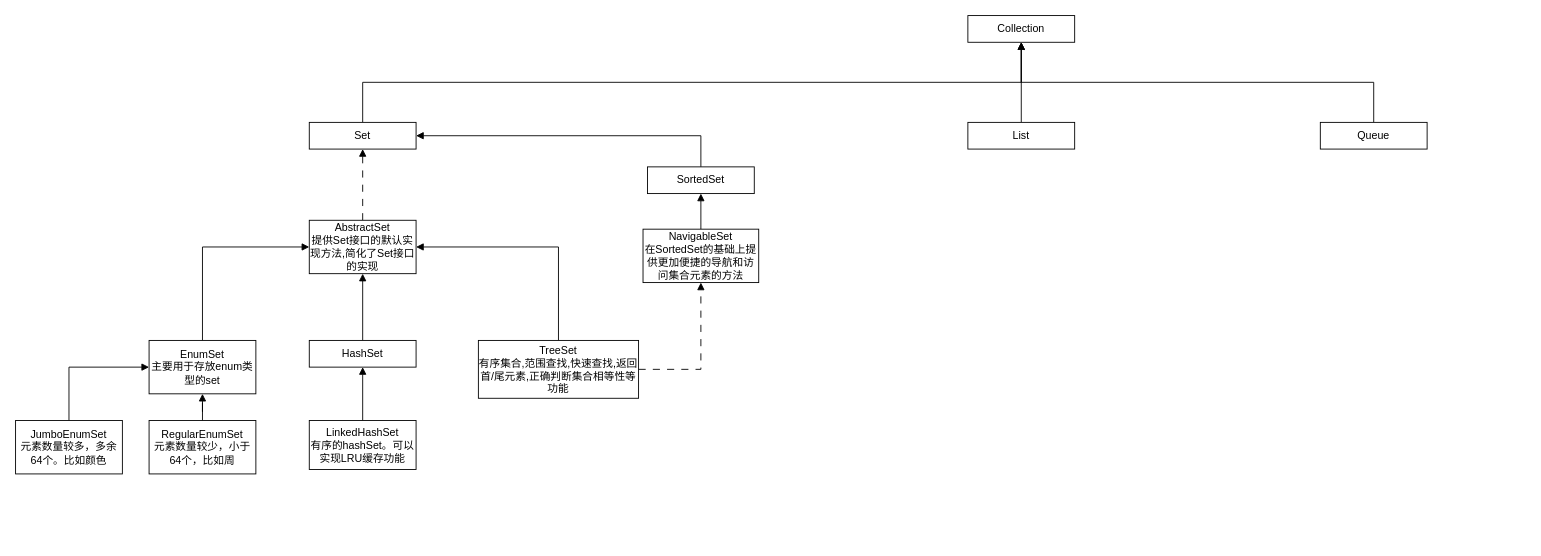
Earlier version of the draw.io diagram java-collection.drawio (Forri1996/draw.io). Source tidied: cells renumbered, new cells numbered last; positions are measured from the earlier drawing's top-left corner, leaving out a move shared by most shapes. Both pictures are drawn from the tidied source at 89%, with x=0, y=0 at pixel (15, 15).
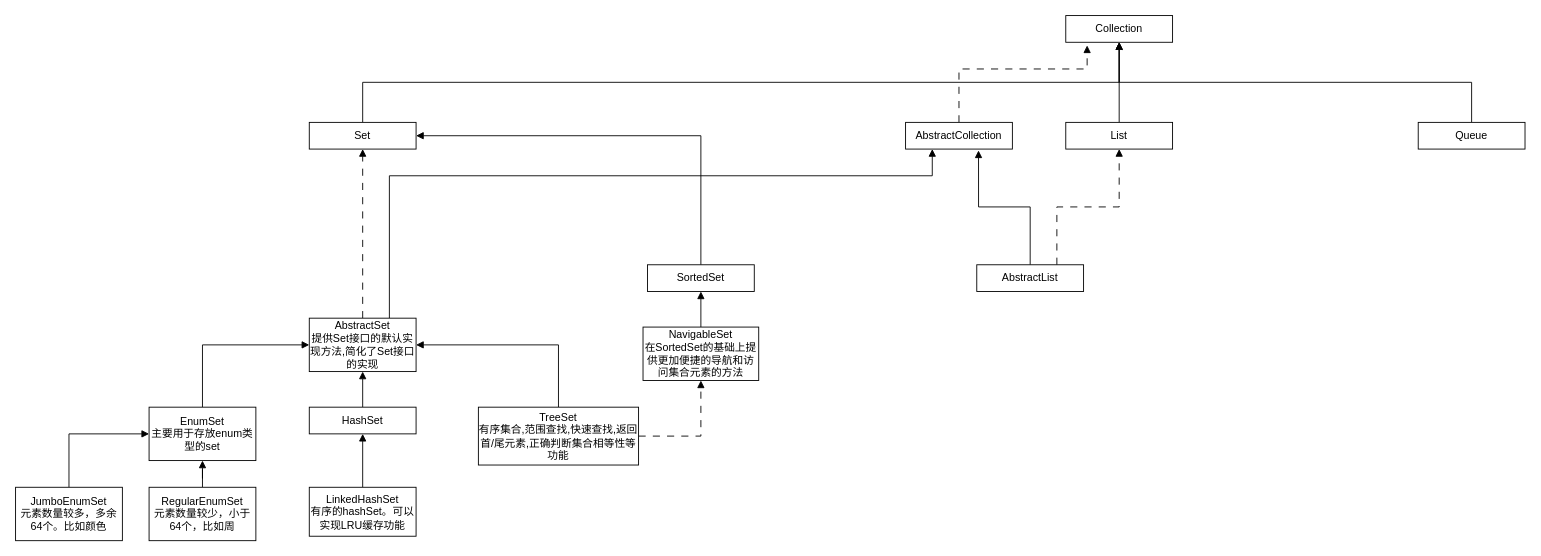
The same diagram, later.

Unchanged cells that the change refers to:
```xml
<mxCell id="4" value="Set" style="rounded=0;whiteSpace=wrap;html=1;" parent="1" vertex="1">
  <mxGeometry x="330" y="120" width="120" height="30" as="geometry" />
</mxCell>
```

Diff of the diagram source:
```diff
@@
     <mxCell id="2" value="Collection" style="rounded=0;whiteSpace=wrap;html=1;" parent="1" vertex="1">
-      <mxGeometry x="1070" width="120" height="30" as="geometry" />
+      <mxGeometry x="1180" width="120" height="30" as="geometry" />
     </mxCell>
@@
     <mxCell id="6" value="List" style="rounded=0;whiteSpace=wrap;html=1;" parent="1" vertex="1">
-      <mxGeometry x="1070" y="120" width="120" height="30" as="geometry" />
+      <mxGeometry x="1180" y="120" width="120" height="30" as="geometry" />
     </mxCell>
@@
     <mxCell id="8" value="Queue" style="rounded=0;whiteSpace=wrap;html=1;" parent="1" vertex="1">
-      <mxGeometry x="1466" y="120" width="120" height="30" as="geometry" />
+      <mxGeometry x="1576" y="120" width="120" height="30" as="geometry" />
     </mxCell>
-    <mxCell id="9" style="edgeStyle=orthogonalEdgeStyle;rounded=0;jettySize=auto;html=1;exitX=0.5;exitY=0;exitDx=0;exitDy=0;entryX=0.5;entryY=1;entryDx=0;entryDy=0;endArrow=block;endFill=1;dashed=1;dashPattern=8 8;" parent="1" edge="1" source="10" target="4">
+    <mxCell id="9" style="edgeStyle=orthogonalEdgeStyle;rounded=0;jettySize=auto;html=1;entryX=0.5;entryY=1;entryDx=0;entryDy=0;endArrow=block;endFill=1;dashed=1;dashPattern=8 8;" parent="1" edge="1" source="10" target="4">
       <mxGeometry relative="1" as="geometry" />
     </mxCell>
+    <mxCell id="28" style="edgeStyle=orthogonalEdgeStyle;rounded=0;jettySize=auto;html=1;exitX=0.75;exitY=0;exitDx=0;exitDy=0;entryX=0.25;entryY=1;entryDx=0;entryDy=0;endArrow=block;endFill=1;" parent="1" edge="1" source="10" target="30">
+      <mxGeometry relative="1" as="geometry">
+        <Array as="points">
+          <mxPoint x="420" y="180" />
+          <mxPoint x="1030" y="180" />
+        </Array>
+      </mxGeometry>
+    </mxCell>
     <mxCell id="10" value="AbstractSet&lt;br&gt;提供Set接口的默认实现方法,简化了Set接口的实现" style="rounded=0;whiteSpace=wrap;html=1;" parent="1" vertex="1">
-      <mxGeometry x="330" y="230" width="120" height="60" as="geometry" />
+      <mxGeometry x="330" y="340" width="120" height="60" as="geometry" />
     </mxCell>
@@
     <mxCell id="12" value="HashSet" style="rounded=0;whiteSpace=wrap;html=1;" parent="1" vertex="1">
-      <mxGeometry x="330" y="365" width="120" height="30" as="geometry" />
+      <mxGeometry x="330" y="440" width="120" height="30" as="geometry" />
     </mxCell>
@@
     <mxCell id="14" value="EnumSet&lt;br&gt;主要用于存放enum类型的set" style="rounded=0;whiteSpace=wrap;html=1;" parent="1" vertex="1">
-      <mxGeometry x="150" y="365" width="120" height="60" as="geometry" />
+      <mxGeometry x="150" y="440" width="120" height="60" as="geometry" />
     </mxCell>
@@
     <mxCell id="17" value="TreeSet&lt;br&gt;有序集合,范围查找,快速查找,返回首/尾元素,正确判断集合相等性等功能" style="rounded=0;whiteSpace=wrap;html=1;" parent="1" vertex="1">
-      <mxGeometry x="520" y="365" width="180" height="65" as="geometry" />
+      <mxGeometry x="520" y="440" width="180" height="65" as="geometry" />
     </mxCell>
@@
     <mxCell id="19" value="LinkedHashSet&lt;br&gt;有序的hashSet。可以实现LRU缓存功能" style="rounded=0;whiteSpace=wrap;html=1;" parent="1" vertex="1">
-      <mxGeometry x="330" y="455" width="120" height="55" as="geometry" />
+      <mxGeometry x="330" y="530" width="120" height="55" as="geometry" />
     </mxCell>
@@
     <mxCell id="21" value="SortedSet" style="rounded=0;whiteSpace=wrap;html=1;" parent="1" vertex="1">
-      <mxGeometry x="710" y="170" width="120" height="30" as="geometry" />
+      <mxGeometry x="710" y="280" width="120" height="30" as="geometry" />
     </mxCell>
@@
     <mxCell id="23" value="JumboEnumSet&lt;br&gt;元素数量较多，多余64个。比如颜色" style="rounded=0;whiteSpace=wrap;html=1;" parent="1" vertex="1">
-      <mxGeometry y="455" width="120" height="60" as="geometry" />
+      <mxGeometry y="530" width="120" height="60" as="geometry" />
     </mxCell>
@@
     <mxCell id="25" value="RegularEnumSet&lt;br&gt;元素数量较少，小于64个，比如周" style="rounded=0;whiteSpace=wrap;html=1;" parent="1" vertex="1">
-      <mxGeometry x="150" y="455" width="120" height="60" as="geometry" />
+      <mxGeometry x="150" y="530" width="120" height="60" as="geometry" />
     </mxCell>
@@
     <mxCell id="27" value="NavigableSet&lt;br&gt;在SortedSet的基础上提供更加便捷的导航和访问集合元素的方法" style="rounded=0;whiteSpace=wrap;html=1;" parent="1" vertex="1">
-      <mxGeometry x="705" y="240" width="130" height="60" as="geometry" />
+      <mxGeometry x="705" y="350" width="130" height="60" as="geometry" />
     </mxCell>
+    <mxCell id="29" style="edgeStyle=orthogonalEdgeStyle;rounded=0;jettySize=auto;html=1;exitX=0.5;exitY=0;exitDx=0;exitDy=0;entryX=0.2;entryY=1.117;entryDx=0;entryDy=0;entryPerimeter=0;dashed=1;dashPattern=8 8;endArrow=block;endFill=1;" parent="1" edge="1" source="30" target="2">
+      <mxGeometry relative="1" as="geometry">
+        <Array as="points">
+          <mxPoint x="1060" y="60" />
+          <mxPoint x="1204" y="60" />
+        </Array>
+      </mxGeometry>
+    </mxCell>
+    <mxCell id="30" value="AbstractCollection" style="rounded=0;whiteSpace=wrap;html=1;" parent="1" vertex="1">
+      <mxGeometry x="1000" y="120" width="120" height="30" as="geometry" />
+    </mxCell>
+    <mxCell id="31" style="edgeStyle=orthogonalEdgeStyle;rounded=0;jettySize=auto;html=1;exitX=0.75;exitY=0;exitDx=0;exitDy=0;entryX=0.5;entryY=1;entryDx=0;entryDy=0;endArrow=block;endFill=1;dashed=1;dashPattern=8 8;" parent="1" edge="1" source="33" target="6">
+      <mxGeometry relative="1" as="geometry" />
+    </mxCell>
+    <mxCell id="32" style="edgeStyle=orthogonalEdgeStyle;rounded=0;jettySize=auto;html=1;exitX=0.5;exitY=0;exitDx=0;exitDy=0;entryX=0.683;entryY=1.05;entryDx=0;entryDy=0;entryPerimeter=0;endArrow=block;endFill=1;" parent="1" edge="1" source="33" target="30">
+      <mxGeometry relative="1" as="geometry" />
+    </mxCell>
+    <mxCell id="33" value="AbstractList" style="rounded=0;whiteSpace=wrap;html=1;" parent="1" vertex="1">
+      <mxGeometry x="1080" y="280" width="120" height="30" as="geometry" />
+    </mxCell>
```
